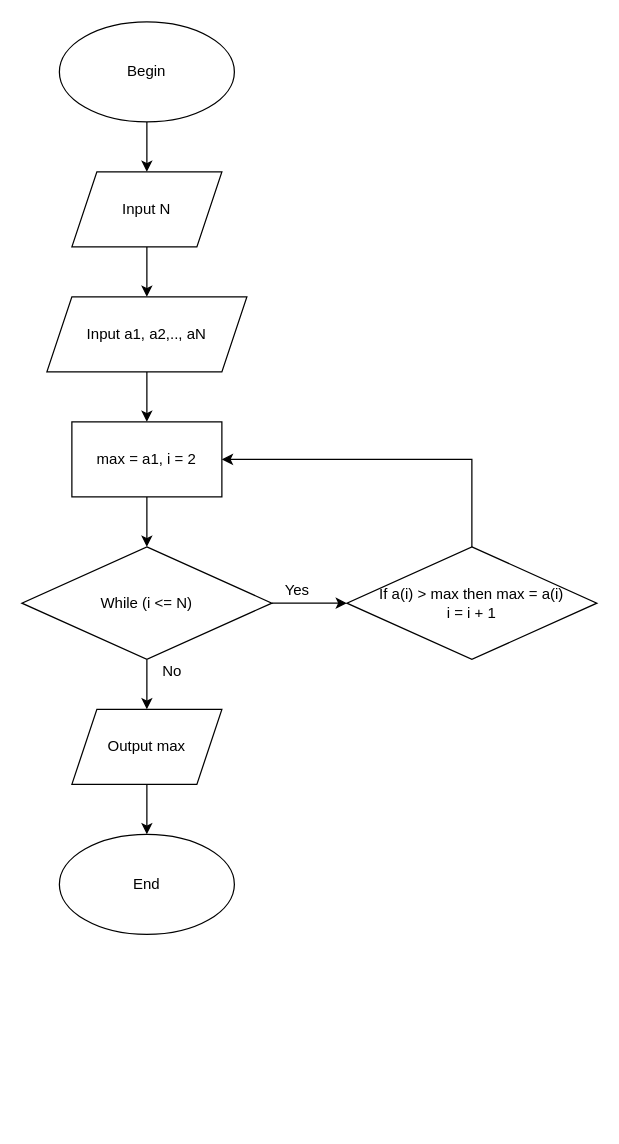
Earlier version of the draw.io diagram ss3_code_org/Bai tap/Mo ta thuat toan tim giá tri lon nhat trong 1 day so/Flowchart.drawio (thanhphong8697/C1022G1-H-Nguy-n-Thanh-Phong). Source tidied: cells renumbered, new cells numbered last; positions are measured from the earlier drawing's top-left corner, leaving out a move shared by most shapes. Both pictures are drawn from the tidied source at 125%, with x=0, y=0 at pixel (21, 21).
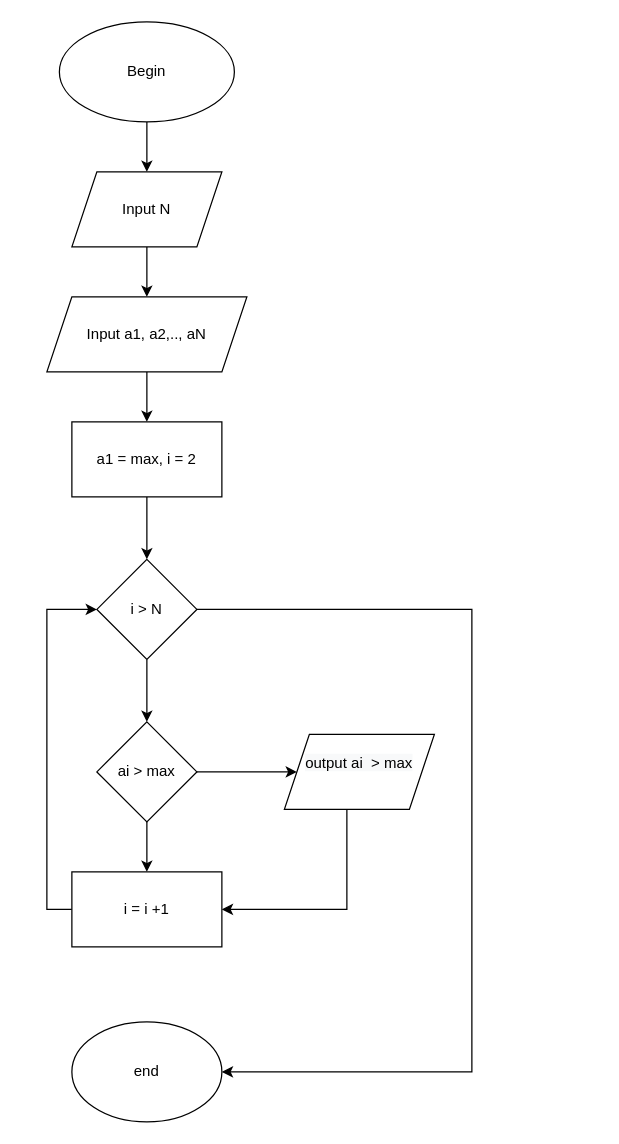
The same diagram, later.

The change refers to these unchanged cells:
```xml
<mxCell id="7" value="Input a1, a2,.., aN" style="shape=parallelogram;perimeter=parallelogramPerimeter;whiteSpace=wrap;html=1;fixedSize=1;" parent="1" vertex="1">
  <mxGeometry x="20" y="220" width="160" height="60" as="geometry" />
</mxCell>
```

The edit, as a diff of the source:
```diff
@@
-    <mxCell id="6" style="edgeStyle=orthogonalEdgeStyle;rounded=0;jettySize=auto;html=1;" parent="1" edge="1" source="7" target="9">
-      <mxGeometry relative="1" as="geometry" />
-    </mxCell>
+    <mxCell id="20" style="edgeStyle=orthogonalEdgeStyle;rounded=0;jettySize=auto;html=1;" parent="1" edge="1" source="7" target="28">
+      <mxGeometry relative="1" as="geometry" />
+    </mxCell>
@@
-    <mxCell id="8" style="edgeStyle=orthogonalEdgeStyle;rounded=0;jettySize=auto;html=1;" parent="1" edge="1" source="9" target="12">
-      <mxGeometry relative="1" as="geometry" />
-    </mxCell>
-    <mxCell id="9" value="max = a1, i = 2" style="rounded=0;whiteSpace=wrap;html=1;" parent="1" vertex="1">
-      <mxGeometry x="40" y="320" width="120" height="60" as="geometry" />
-    </mxCell>
-    <mxCell id="10" style="edgeStyle=orthogonalEdgeStyle;rounded=0;jettySize=auto;html=1;" parent="1" edge="1" source="12" target="16">
-      <mxGeometry relative="1" as="geometry" />
-    </mxCell>
-    <mxCell id="11" style="edgeStyle=orthogonalEdgeStyle;rounded=0;jettySize=auto;html=1;" parent="1" edge="1" source="12" target="14">
-      <mxGeometry relative="1" as="geometry" />
-    </mxCell>
-    <mxCell id="12" value="While (i &lt;= N)" style="rhombus;whiteSpace=wrap;html=1;" parent="1" vertex="1">
-      <mxGeometry y="420" width="200" height="90" as="geometry" />
-    </mxCell>
-    <mxCell id="13" style="edgeStyle=orthogonalEdgeStyle;rounded=0;jettySize=auto;html=1;entryX=1;entryY=0.5;entryDx=0;entryDy=0;" parent="1" edge="1" source="14" target="9">
-      <mxGeometry relative="1" as="geometry">
-        <Array as="points">
-          <mxPoint x="360" y="350" />
-        </Array>
-      </mxGeometry>
-    </mxCell>
-    <mxCell id="14" value="If a(i) &gt; max then max = a(i)&#10;&#9;&#9;&#9;i = i + 1" style="rhombus;whiteSpace=wrap;html=1;" parent="1" vertex="1">
-      <mxGeometry x="260" y="420" width="200" height="90" as="geometry" />
-    </mxCell>
-    <mxCell id="15" style="edgeStyle=orthogonalEdgeStyle;rounded=0;jettySize=auto;html=1;" parent="1" edge="1" source="16" target="17">
-      <mxGeometry relative="1" as="geometry" />
-    </mxCell>
-    <mxCell id="16" value="Output max" style="shape=parallelogram;perimeter=parallelogramPerimeter;whiteSpace=wrap;html=1;fixedSize=1;" parent="1" vertex="1">
-      <mxGeometry x="40" y="550" width="120" height="60" as="geometry" />
-    </mxCell>
-    <mxCell id="17" value="End" style="ellipse;whiteSpace=wrap;html=1;" parent="1" vertex="1">
-      <mxGeometry x="30" y="650" width="140" height="80" as="geometry" />
-    </mxCell>
-    <mxCell id="18" value="Yes" style="text;html=1;align=center;verticalAlign=middle;fillColor=none;strokeColor=none;rounded=0;" parent="1" vertex="1">
-      <mxGeometry x="200" y="440" width="40" height="30" as="geometry" />
-    </mxCell>
-    <mxCell id="19" value="No" style="text;html=1;align=center;verticalAlign=middle;fillColor=none;strokeColor=none;rounded=0;" parent="1" vertex="1">
-      <mxGeometry x="100" y="505" width="40" height="30" as="geometry" />
-    </mxCell>
+    <mxCell id="21" style="edgeStyle=orthogonalEdgeStyle;rounded=0;jettySize=auto;html=1;" parent="1" edge="1" source="23" target="26">
+      <mxGeometry relative="1" as="geometry" />
+    </mxCell>
+    <mxCell id="22" style="edgeStyle=orthogonalEdgeStyle;rounded=0;jettySize=auto;html=1;entryX=1;entryY=0.5;entryDx=0;entryDy=0;" parent="1" edge="1" source="23" target="33">
+      <mxGeometry relative="1" as="geometry">
+        <Array as="points">
+          <mxPoint x="360" y="470" />
+          <mxPoint x="360" y="840" />
+        </Array>
+      </mxGeometry>
+    </mxCell>
+    <mxCell id="23" value="i &amp;gt; N" style="rhombus;whiteSpace=wrap;html=1;" parent="1" vertex="1">
+      <mxGeometry x="60" y="430" width="80" height="80" as="geometry" />
+    </mxCell>
+    <mxCell id="24" style="edgeStyle=orthogonalEdgeStyle;rounded=0;jettySize=auto;html=1;" parent="1" edge="1" source="26" target="32">
+      <mxGeometry relative="1" as="geometry" />
+    </mxCell>
+    <mxCell id="25" style="edgeStyle=orthogonalEdgeStyle;rounded=0;jettySize=auto;html=1;" parent="1" edge="1" source="26" target="30">
+      <mxGeometry relative="1" as="geometry" />
+    </mxCell>
+    <mxCell id="26" value="ai &amp;gt; max" style="rhombus;whiteSpace=wrap;html=1;" parent="1" vertex="1">
+      <mxGeometry x="60" y="560" width="80" height="80" as="geometry" />
+    </mxCell>
+    <mxCell id="27" style="edgeStyle=orthogonalEdgeStyle;rounded=0;jettySize=auto;html=1;" parent="1" edge="1" source="28" target="23">
+      <mxGeometry relative="1" as="geometry" />
+    </mxCell>
+    <mxCell id="28" value="a1 = max, i = 2" style="rounded=0;whiteSpace=wrap;html=1;" parent="1" vertex="1">
+      <mxGeometry x="40" y="320" width="120" height="60" as="geometry" />
+    </mxCell>
+    <mxCell id="29" style="edgeStyle=orthogonalEdgeStyle;rounded=0;jettySize=auto;html=1;entryX=1;entryY=0.5;entryDx=0;entryDy=0;" parent="1" edge="1" source="30" target="32">
+      <mxGeometry relative="1" as="geometry">
+        <Array as="points">
+          <mxPoint x="260" y="710" />
+        </Array>
+      </mxGeometry>
+    </mxCell>
+    <mxCell id="30" value="&#10;&lt;span style=&quot;color: rgb(0, 0, 0); font-family: Helvetica; font-size: 12px; font-style: normal; font-variant-ligatures: normal; font-variant-caps: normal; font-weight: 400; letter-spacing: normal; orphans: 2; text-align: center; text-indent: 0px; text-transform: none; widows: 2; word-spacing: 0px; -webkit-text-stroke-width: 0px; background-color: rgb(248, 249, 250); text-decoration-thickness: initial; text-decoration-style: initial; text-decoration-color: initial; float: none; display: inline !important;&quot;&gt;output ai&amp;nbsp; &amp;gt; max&lt;/span&gt;&#10;&#10;" style="shape=parallelogram;perimeter=parallelogramPerimeter;whiteSpace=wrap;html=1;fixedSize=1;" parent="1" vertex="1">
+      <mxGeometry x="210" y="570" width="120" height="60" as="geometry" />
+    </mxCell>
+    <mxCell id="31" style="edgeStyle=orthogonalEdgeStyle;rounded=0;jettySize=auto;html=1;entryX=0;entryY=0.5;entryDx=0;entryDy=0;" parent="1" edge="1" source="32" target="23">
+      <mxGeometry relative="1" as="geometry">
+        <Array as="points">
+          <mxPoint x="20" y="710" />
+          <mxPoint x="20" y="470" />
+        </Array>
+      </mxGeometry>
+    </mxCell>
+    <mxCell id="32" value="i = i +1" style="rounded=0;whiteSpace=wrap;html=1;" parent="1" vertex="1">
+      <mxGeometry x="40" y="680" width="120" height="60" as="geometry" />
+    </mxCell>
+    <mxCell id="33" value="end" style="ellipse;whiteSpace=wrap;html=1;" parent="1" vertex="1">
+      <mxGeometry x="40" y="800" width="120" height="80" as="geometry" />
+    </mxCell>
```
